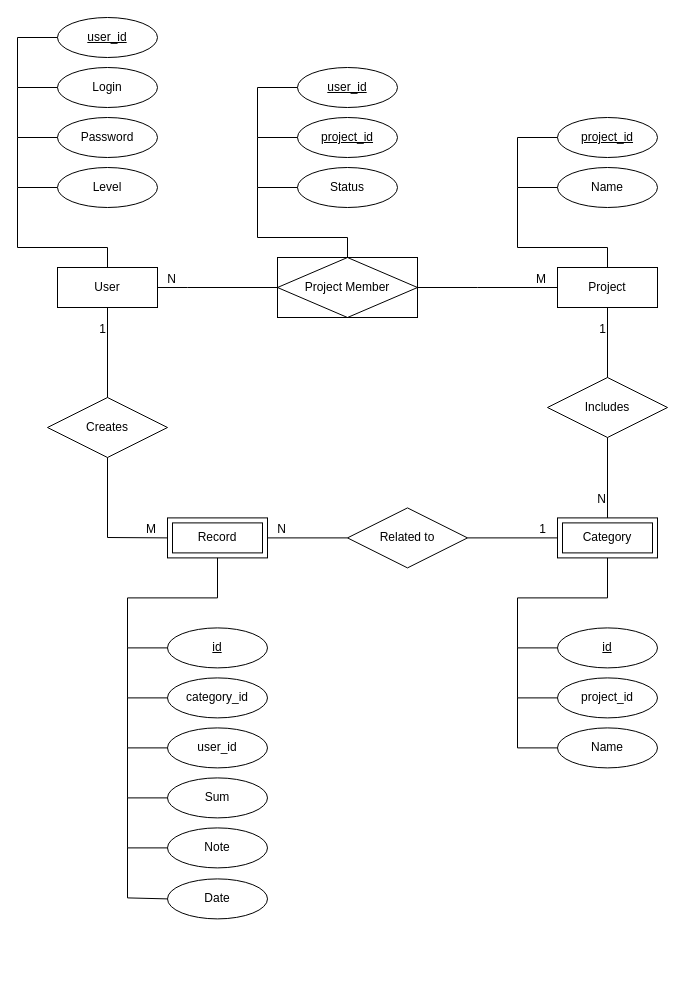
Above: img/diagrams/er_diagram.drawio in anorien03/bmstu-iu7-ppo (draw.io), before the change. Source tidied: cells renumbered, new cells numbered last; positions are measured from the earlier drawing's top-left corner, leaving out a move shared by most shapes. Both pictures are drawn from the tidied source at 100%, with x=0, y=0 at pixel (17, 17).
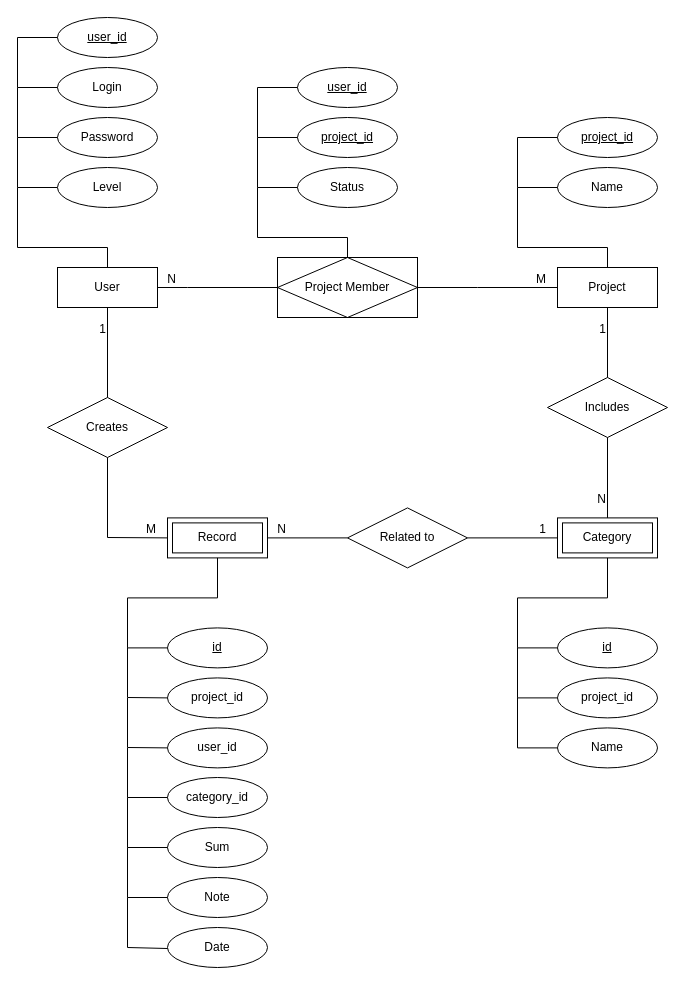
After the change.

Commit message (it also covers changes not shown here):
Исправление опечаток на диаграммах

The change refers to these unchanged cells:
```xml
<mxCell id="14" value="id" style="ellipse;whiteSpace=wrap;html=1;align=center;fontStyle=4;" parent="1" vertex="1">
  <mxGeometry x="150" y="610.4" width="100" height="40" as="geometry" />
</mxCell>
```

Change to the diagram source:
```diff
@@
     <mxCell id="13" value="Date" style="ellipse;whiteSpace=wrap;html=1;align=center;" parent="1" vertex="1">
-      <mxGeometry x="150" y="861.4" width="100" height="40" as="geometry" />
+      <mxGeometry x="150" y="910" width="100" height="40" as="geometry" />
     </mxCell>
@@
     <mxCell id="15" value="Note" style="ellipse;whiteSpace=wrap;html=1;align=center;" parent="1" vertex="1">
-      <mxGeometry x="150" y="810.4" width="100" height="40" as="geometry" />
+      <mxGeometry x="150" y="860" width="100" height="40" as="geometry" />
     </mxCell>
-    <mxCell id="16" value="category_id" style="ellipse;whiteSpace=wrap;html=1;align=center;" parent="1" vertex="1">
+    <mxCell id="16" value="project_id" style="ellipse;whiteSpace=wrap;html=1;align=center;" parent="1" vertex="1">
       <mxGeometry x="150" y="660.4" width="100" height="40" as="geometry" />
     </mxCell>
-    <mxCell id="17" value="user_id" style="ellipse;whiteSpace=wrap;html=1;align=center;" parent="1" vertex="1">
-      <mxGeometry x="150" y="710.4" width="100" height="40" as="geometry" />
+    <mxCell id="17" value="category_id" style="ellipse;whiteSpace=wrap;html=1;align=center;" parent="1" vertex="1">
+      <mxGeometry x="150" y="760" width="100" height="40" as="geometry" />
     </mxCell>
@@
     <mxCell id="19" value="Sum" style="ellipse;whiteSpace=wrap;html=1;align=center;" parent="1" vertex="1">
-      <mxGeometry x="150" y="760.4" width="100" height="40" as="geometry" />
+      <mxGeometry x="150" y="810" width="100" height="40" as="geometry" />
     </mxCell>
@@
-    <mxCell id="33" style="endArrow=none;html=1;rounded=0;entryX=0;entryY=0.5;entryDx=0;entryDy=0;" parent="1" edge="1" target="14">
+    <mxCell id="33" style="endArrow=none;html=1;rounded=0;entryX=0;entryY=0.5;entryDx=0;entryDy=0;exitX=0;exitY=0.5;exitDx=0;exitDy=0;" parent="1" edge="1" source="16" target="14">
       <mxGeometry relative="1" as="geometry">
-        <mxPoint x="110" y="680.4" as="sourcePoint" />
         <Array as="points">
+          <mxPoint x="110" y="680" />
           <mxPoint x="110" y="630.4" />
         </Array>
       </mxGeometry>
     </mxCell>
-    <mxCell id="34" style="endArrow=none;html=1;rounded=0;entryX=0;entryY=0.5;entryDx=0;entryDy=0;" parent="1" edge="1" target="16">
+    <mxCell id="34" style="endArrow=none;html=1;rounded=0;exitX=0;exitY=0.5;exitDx=0;exitDy=0;" parent="1" edge="1" source="64">
       <mxGeometry relative="1" as="geometry">
-        <mxPoint x="110" y="730.4" as="sourcePoint" />
+        <mxPoint x="110" y="680" as="targetPoint" />
         <Array as="points">
+          <mxPoint x="110" y="730" />
           <mxPoint x="110" y="680.4" />
         </Array>
       </mxGeometry>
     </mxCell>
     <mxCell id="35" style="endArrow=none;html=1;rounded=0;entryX=0;entryY=0.5;entryDx=0;entryDy=0;" parent="1" edge="1" target="17">
       <mxGeometry relative="1" as="geometry">
-        <mxPoint x="110" y="780.4" as="sourcePoint" />
+        <mxPoint x="110" y="830" as="sourcePoint" />
         <Array as="points">
-          <mxPoint x="110" y="730.4" />
+          <mxPoint x="110" y="780" />
         </Array>
       </mxGeometry>
     </mxCell>
     <mxCell id="36" style="endArrow=none;html=1;rounded=0;entryX=0;entryY=0.5;entryDx=0;entryDy=0;" parent="1" edge="1" target="19">
       <mxGeometry relative="1" as="geometry">
-        <mxPoint x="110" y="830.4" as="sourcePoint" />
+        <mxPoint x="110" y="880" as="sourcePoint" />
         <Array as="points">
-          <mxPoint x="110" y="780.4" />
+          <mxPoint x="110" y="830" />
         </Array>
       </mxGeometry>
     </mxCell>
     <mxCell id="37" style="endArrow=none;html=1;rounded=0;entryX=0;entryY=0.5;entryDx=0;entryDy=0;" parent="1" edge="1" target="15">
       <mxGeometry relative="1" as="geometry">
-        <mxPoint x="110" y="880.4" as="sourcePoint" />
+        <mxPoint x="110" y="930" as="sourcePoint" />
         <Array as="points">
-          <mxPoint x="110" y="830.4" />
+          <mxPoint x="110" y="880" />
         </Array>
       </mxGeometry>
     </mxCell>
-    <mxCell id="38" style="endArrow=none;html=1;rounded=0;entryX=0;entryY=0.5;entryDx=0;entryDy=0;" parent="1" edge="1" target="13">
+    <mxCell id="38" style="endArrow=none;html=1;rounded=0;entryX=0;entryY=0.5;entryDx=0;entryDy=0;" parent="1" edge="1">
       <mxGeometry relative="1" as="geometry">
-        <mxPoint x="110" y="880.4" as="sourcePoint" />
+        <mxPoint x="110" y="930" as="sourcePoint" />
+        <mxPoint x="150" y="931" as="targetPoint" />
         <Array as="points">
-          <mxPoint x="110" y="880.4" />
+          <mxPoint x="110" y="930" />
         </Array>
       </mxGeometry>
     </mxCell>
@@
+    <mxCell id="64" value="user_id" style="ellipse;whiteSpace=wrap;html=1;align=center;" parent="1" vertex="1">
+      <mxGeometry x="150" y="710.4" width="100" height="40" as="geometry" />
+    </mxCell>
+    <mxCell id="65" style="endArrow=none;html=1;rounded=0;" parent="1" edge="1">
+      <mxGeometry relative="1" as="geometry">
+        <mxPoint x="110" y="780" as="sourcePoint" />
+        <mxPoint x="110" y="730" as="targetPoint" />
+        <Array as="points">
+          <mxPoint x="110" y="780" />
+          <mxPoint x="110" y="730.4" />
+        </Array>
+      </mxGeometry>
+    </mxCell>
```
